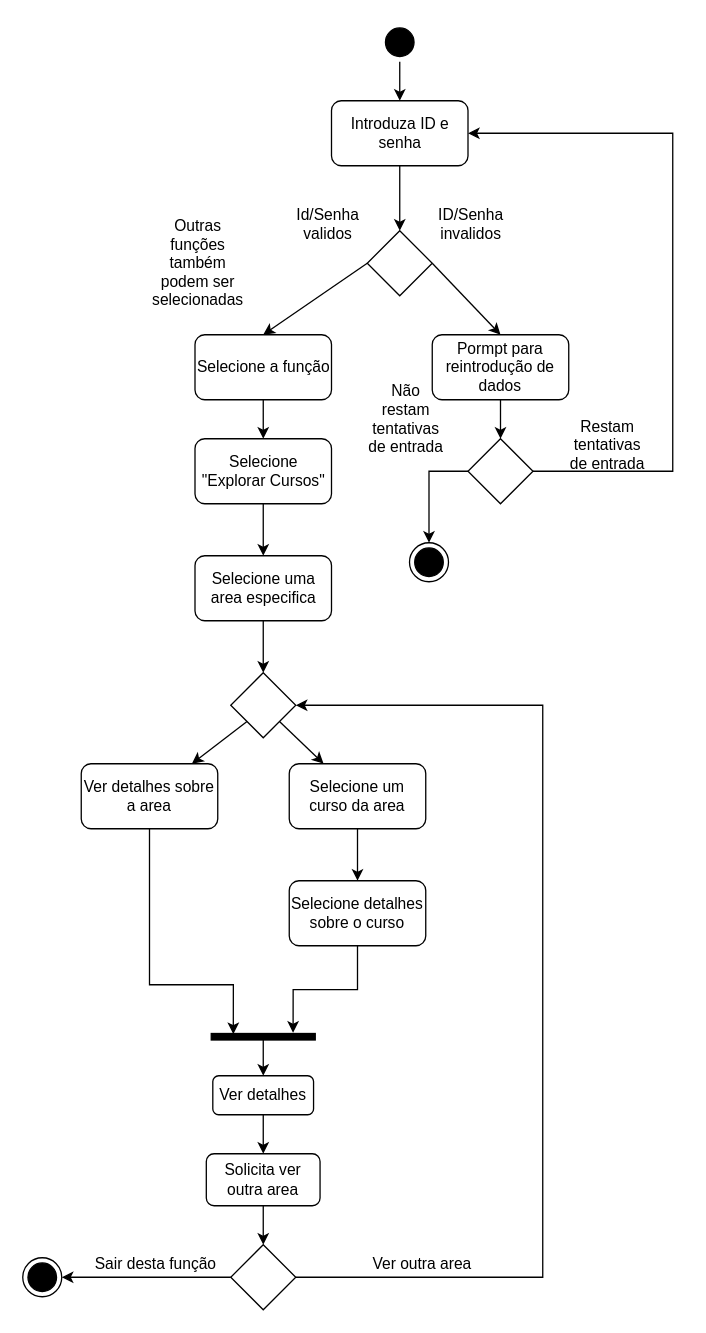
Before: Diagrama de atividades.drawio in MuriloSenaga/futurex, a draw.io diagram. Source tidied: cells renumbered, new cells numbered last; positions are measured from the earlier drawing's top-left corner, leaving out a move shared by most shapes. Both pictures are drawn from the tidied source at 130%, with x=0, y=0 at pixel (22, 22).
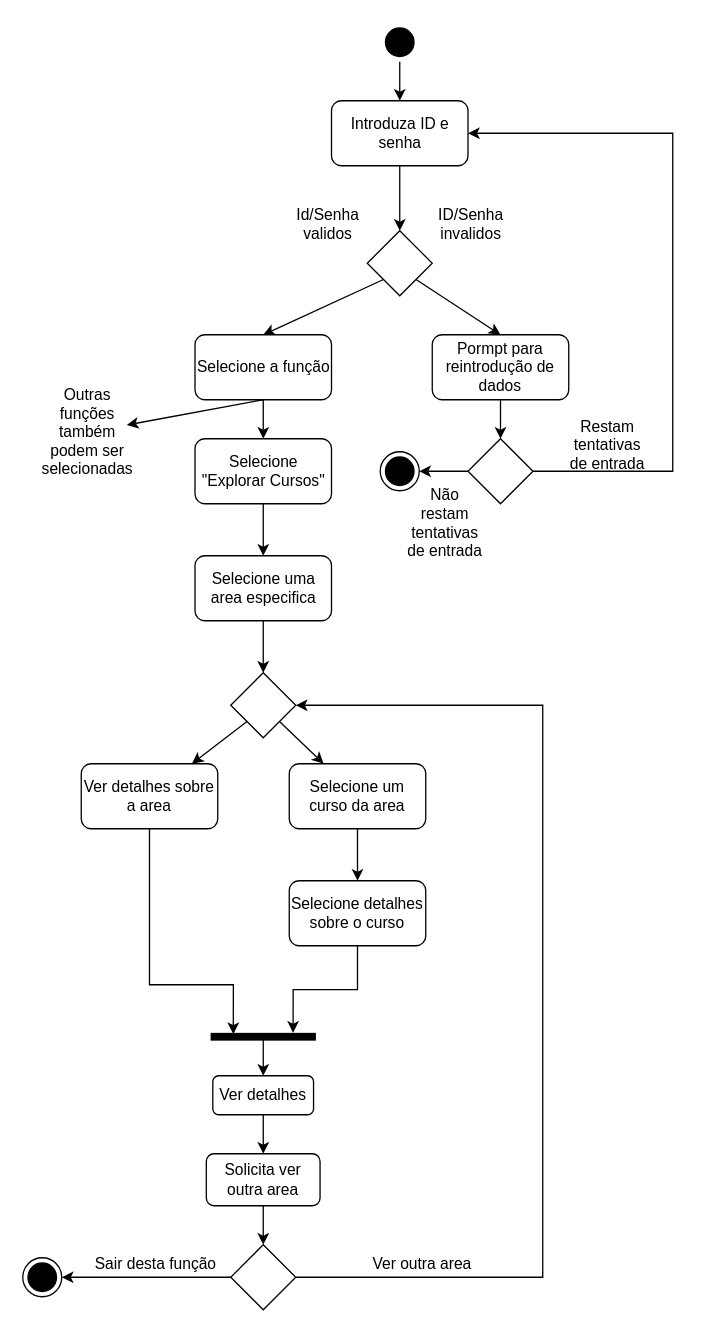
The same diagram, later.

The change refers to these unchanged cells:
```xml
<mxCell id="3" value="Introduza ID e senha" style="rounded=1;whiteSpace=wrap;html=1;" parent="1" vertex="1">
  <mxGeometry x="237.5" y="60" width="105" height="50" as="geometry" />
</mxCell>
<mxCell id="7" style="rhombus;whiteSpace=wrap;html=1;" parent="1" vertex="1">
  <mxGeometry x="265" y="160" width="50" height="50" as="geometry" />
</mxCell>
<mxCell id="10" style="rhombus;whiteSpace=wrap;html=1;" parent="1" vertex="1">
  <mxGeometry x="342.5" y="320" width="50" height="50" as="geometry" />
</mxCell>
<mxCell id="12" value="Pormpt para reintrodução de dados" style="rounded=1;whiteSpace=wrap;html=1;" parent="1" vertex="1">
  <mxGeometry x="315" y="240" width="105" height="50" as="geometry" />
</mxCell>
<mxCell id="20" value="Selecione a função" style="rounded=1;whiteSpace=wrap;html=1;" parent="1" vertex="1">
  <mxGeometry x="132.5" y="240" width="105" height="50" as="geometry" />
</mxCell>
```

The edit, as a diff of the source:
```diff
@@
-    <mxCell id="5" style="rounded=0;jettySize=auto;html=1;exitX=1;exitY=0.5;exitDx=0;exitDy=0;entryX=0.5;entryY=0;entryDx=0;entryDy=0;" parent="1" edge="1" source="7" target="12">
+    <mxCell id="5" style="rounded=0;jettySize=auto;html=1;exitX=1;exitY=1;exitDx=0;exitDy=0;entryX=0.5;entryY=0;entryDx=0;entryDy=0;" parent="1" edge="1" source="7" target="12">
       <mxGeometry relative="1" as="geometry" />
     </mxCell>
-    <mxCell id="6" style="rounded=0;jettySize=auto;html=1;exitX=0;exitY=0.5;exitDx=0;exitDy=0;entryX=0.5;entryY=0;entryDx=0;entryDy=0;" parent="1" edge="1" source="7" target="20">
+    <mxCell id="6" style="rounded=0;jettySize=auto;html=1;exitX=0;exitY=1;exitDx=0;exitDy=0;entryX=0.5;entryY=0;entryDx=0;entryDy=0;" parent="1" edge="1" source="7" target="20">
       <mxGeometry relative="1" as="geometry" />
     </mxCell>
@@
+    <mxCell id="9" style="edgeStyle=orthogonalEdgeStyle;rounded=0;jettySize=auto;html=1;exitX=1;exitY=0.5;exitDx=0;exitDy=0;entryX=1;entryY=0.5;entryDx=0;entryDy=0;" parent="1" edge="1" source="10" target="3">
+      <mxGeometry relative="1" as="geometry">
+        <Array as="points">
+          <mxPoint x="500" y="345" />
+          <mxPoint x="500" y="85" />
+        </Array>
+      </mxGeometry>
+    </mxCell>
-    <mxCell id="8" style="edgeStyle=orthogonalEdgeStyle;rounded=0;jettySize=auto;html=1;exitX=0;exitY=0.5;exitDx=0;exitDy=0;entryX=0.5;entryY=0;entryDx=0;entryDy=0;" parent="1" edge="1" source="10" target="13">
+    <mxCell id="8" style="edgeStyle=orthogonalEdgeStyle;rounded=0;jettySize=auto;html=1;entryX=1;entryY=0.5;entryDx=0;entryDy=0;" parent="1" edge="1" source="10" target="13">
       <mxGeometry relative="1" as="geometry" />
     </mxCell>
-    <mxCell id="9" style="edgeStyle=orthogonalEdgeStyle;rounded=0;jettySize=auto;html=1;exitX=1;exitY=0.5;exitDx=0;exitDy=0;entryX=1;entryY=0.5;entryDx=0;entryDy=0;" parent="1" edge="1" source="10" target="3">
-      <mxGeometry relative="1" as="geometry">
-        <Array as="points">
-          <mxPoint x="500" y="345" />
-          <mxPoint x="500" y="85" />
-        </Array>
-      </mxGeometry>
-    </mxCell>
@@
     <mxCell id="13" style="ellipse;html=1;shape=endState;fillColor=strokeColor;" parent="1" vertex="1">
-      <mxGeometry x="297.5" y="400" width="30" height="30" as="geometry" />
+      <mxGeometry x="275" y="330" width="30" height="30" as="geometry" />
     </mxCell>
@@
     <mxCell id="16" value="Não restam tentativas de entrada" style="text;html=1;align=center;verticalAlign=middle;whiteSpace=wrap;rounded=0;" parent="1" vertex="1">
-      <mxGeometry x="265" y="290" width="60" height="30" as="geometry" />
+      <mxGeometry x="295" y="370" width="60" height="30" as="geometry" />
     </mxCell>
@@
+    <mxCell id="47" style="rounded=0;jettySize=auto;html=1;exitX=0.5;exitY=1;exitDx=0;exitDy=0;" parent="1" edge="1" source="20" target="21">
+      <mxGeometry relative="1" as="geometry" />
+    </mxCell>
@@
     <mxCell id="21" value="Outras funções também podem ser selecionadas" style="text;html=1;align=center;verticalAlign=middle;whiteSpace=wrap;rounded=0;" parent="1" vertex="1">
-      <mxGeometry x="105" y="170" width="60" height="30" as="geometry" />
+      <mxGeometry x="20" y="300" width="60" height="30" as="geometry" />
     </mxCell>
```
